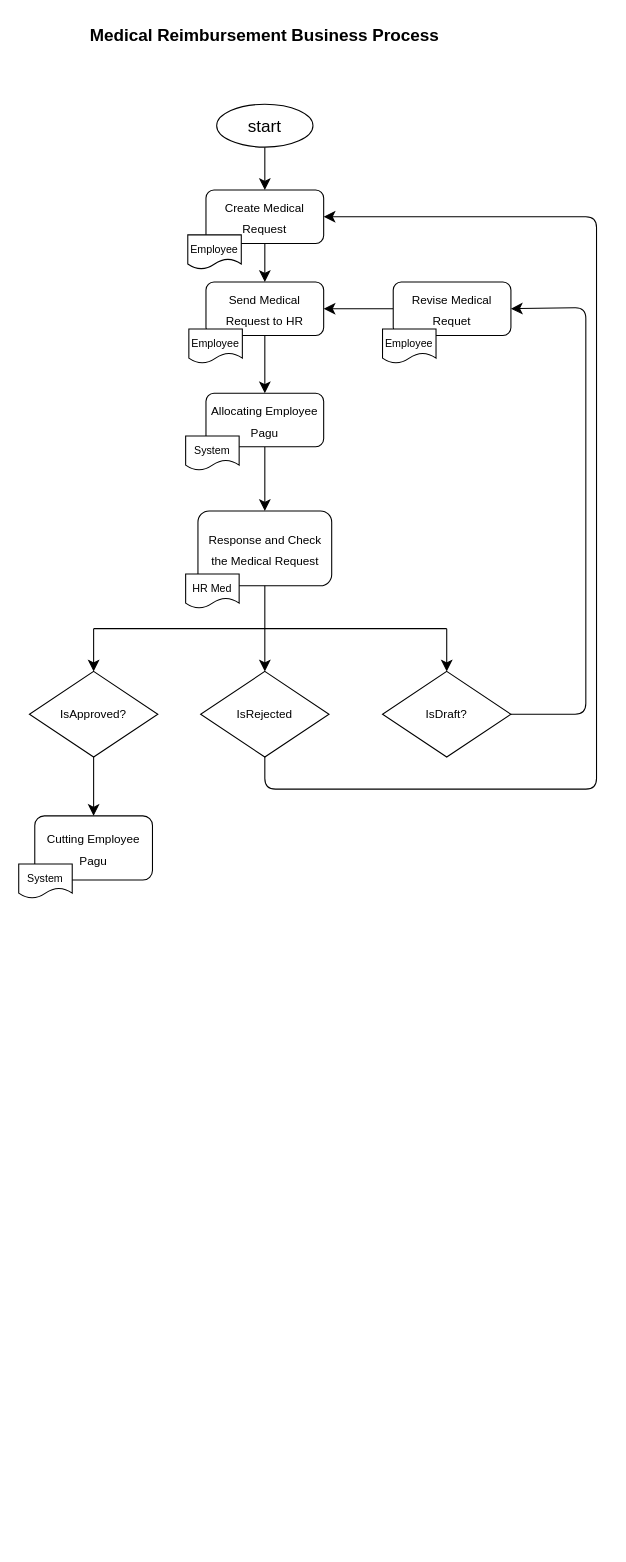
Before: Medical Reimbursement.drawio in jezreelkosasih/diagram, a draw.io diagram. Source tidied: cells renumbered, new cells numbered last; positions are measured from the earlier drawing's top-left corner, leaving out a move shared by most shapes. Both pictures are drawn from the tidied source at 107%, with x=0, y=0 at pixel (18, 18).
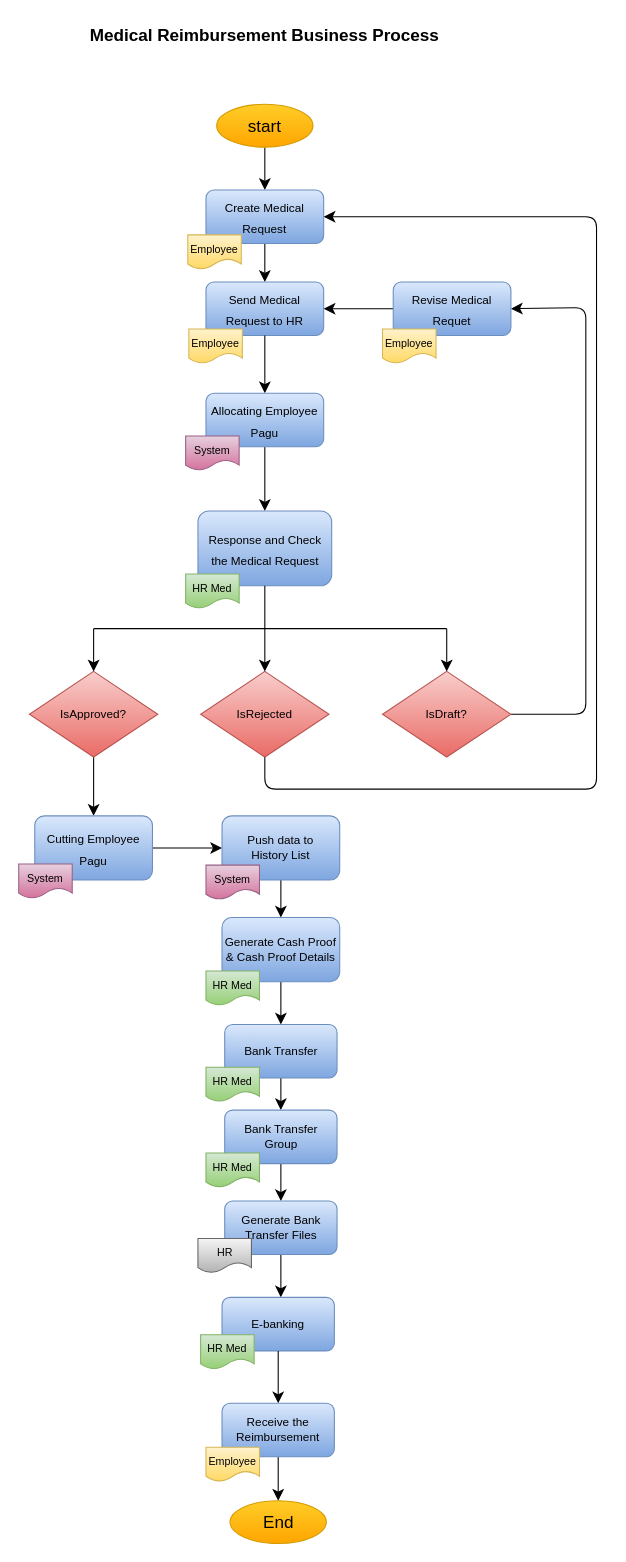
Above is the later version.

Diff of the diagram source:
```diff
@@
-    <mxCell id="3" value="start" style="ellipse;whiteSpace=wrap;html=1;fontSize=16;" parent="1" vertex="1">
+    <mxCell id="3" value="start" style="ellipse;whiteSpace=wrap;html=1;fontSize=16;fillColor=#ffcd28;gradientColor=#ffa500;strokeColor=#d79b00;" parent="1" vertex="1">
       <mxGeometry x="185" y="80" width="90" height="40" as="geometry" />
     </mxCell>
@@
-    <mxCell id="6" value="&lt;font style=&quot;font-size: 11px;&quot;&gt;Create Medical Request&lt;/font&gt;" style="rounded=1;whiteSpace=wrap;html=1;fontSize=16;" parent="1" vertex="1">
+    <mxCell id="6" value="&lt;font style=&quot;font-size: 11px;&quot;&gt;Create Medical Request&lt;/font&gt;" style="rounded=1;whiteSpace=wrap;html=1;fontSize=16;fillColor=#dae8fc;gradientColor=#7ea6e0;strokeColor=#6c8ebf;" parent="1" vertex="1">
       <mxGeometry x="175" y="160" width="110" height="50" as="geometry" />
     </mxCell>
-    <mxCell id="7" value="&lt;font size=&quot;1&quot;&gt;Employee&lt;/font&gt;" style="shape=document;whiteSpace=wrap;html=1;boundedLbl=1;fontSize=16;" parent="1" vertex="1">
+    <mxCell id="7" value="&lt;font size=&quot;1&quot;&gt;Employee&lt;/font&gt;" style="shape=document;whiteSpace=wrap;html=1;boundedLbl=1;fontSize=16;fillColor=#fff2cc;gradientColor=#ffd966;strokeColor=#d6b656;" parent="1" vertex="1">
       <mxGeometry x="158" y="202" width="50" height="32" as="geometry" />
     </mxCell>
@@
-    <mxCell id="9" value="&lt;font style=&quot;font-size: 11px;&quot;&gt;Send Medical Request to HR&lt;/font&gt;" style="rounded=1;whiteSpace=wrap;html=1;fontSize=16;" parent="1" vertex="1">
+    <mxCell id="9" value="&lt;font style=&quot;font-size: 11px;&quot;&gt;Send Medical Request to HR&lt;/font&gt;" style="rounded=1;whiteSpace=wrap;html=1;fontSize=16;fillColor=#dae8fc;gradientColor=#7ea6e0;strokeColor=#6c8ebf;" parent="1" vertex="1">
       <mxGeometry x="175" y="246" width="110" height="50" as="geometry" />
     </mxCell>
-    <mxCell id="10" value="&lt;font size=&quot;1&quot;&gt;Employee&lt;/font&gt;" style="shape=document;whiteSpace=wrap;html=1;boundedLbl=1;fontSize=16;" parent="1" vertex="1">
+    <mxCell id="10" value="&lt;font size=&quot;1&quot;&gt;Employee&lt;/font&gt;" style="shape=document;whiteSpace=wrap;html=1;boundedLbl=1;fontSize=16;fillColor=#fff2cc;gradientColor=#ffd966;strokeColor=#d6b656;" parent="1" vertex="1">
       <mxGeometry x="159" y="290" width="50" height="32" as="geometry" />
     </mxCell>
-    <mxCell id="11" value="&lt;span style=&quot;font-size: 11px;&quot;&gt;Response and Check the Medical Request&lt;/span&gt;" style="rounded=1;whiteSpace=wrap;html=1;fontSize=16;" parent="1" vertex="1">
+    <mxCell id="11" value="&lt;span style=&quot;font-size: 11px;&quot;&gt;Response and Check the Medical Request&lt;/span&gt;" style="rounded=1;whiteSpace=wrap;html=1;fontSize=16;fillColor=#dae8fc;gradientColor=#7ea6e0;strokeColor=#6c8ebf;" parent="1" vertex="1">
       <mxGeometry x="167.5" y="460" width="125" height="70" as="geometry" />
     </mxCell>
-    <mxCell id="12" value="&lt;font size=&quot;1&quot;&gt;HR Med&lt;/font&gt;" style="shape=document;whiteSpace=wrap;html=1;boundedLbl=1;fontSize=16;" parent="1" vertex="1">
+    <mxCell id="12" value="&lt;font size=&quot;1&quot;&gt;HR Med&lt;/font&gt;" style="shape=document;whiteSpace=wrap;html=1;boundedLbl=1;fontSize=16;fillColor=#d5e8d4;gradientColor=#97d077;strokeColor=#82b366;" parent="1" vertex="1">
       <mxGeometry x="156" y="519" width="50" height="32" as="geometry" />
     </mxCell>
@@
-    <mxCell id="14" value="IsApproved?" style="rhombus;whiteSpace=wrap;html=1;fontSize=11;" parent="1" vertex="1">
+    <mxCell id="14" value="IsApproved?" style="rhombus;whiteSpace=wrap;html=1;fontSize=11;fillColor=#f8cecc;gradientColor=#ea6b66;strokeColor=#b85450;" parent="1" vertex="1">
       <mxGeometry x="10" y="610" width="120" height="80" as="geometry" />
     </mxCell>
@@
-    <mxCell id="16" value="IsRejected" style="rhombus;whiteSpace=wrap;html=1;fontSize=11;" parent="1" vertex="1">
+    <mxCell id="16" value="IsRejected" style="rhombus;whiteSpace=wrap;html=1;fontSize=11;fillColor=#f8cecc;gradientColor=#ea6b66;strokeColor=#b85450;" parent="1" vertex="1">
       <mxGeometry x="170" y="610" width="120" height="80" as="geometry" />
     </mxCell>
@@
-    <mxCell id="18" value="IsDraft?" style="rhombus;whiteSpace=wrap;html=1;fontSize=11;" parent="1" vertex="1">
+    <mxCell id="18" value="IsDraft?" style="rhombus;whiteSpace=wrap;html=1;fontSize=11;fillColor=#f8cecc;gradientColor=#ea6b66;strokeColor=#b85450;" parent="1" vertex="1">
       <mxGeometry x="340" y="610" width="120" height="80" as="geometry" />
     </mxCell>
@@
-    <mxCell id="25" value="&lt;font style=&quot;font-size: 11px;&quot;&gt;Revise Medical Requet&lt;/font&gt;" style="rounded=1;whiteSpace=wrap;html=1;fontSize=16;" parent="1" vertex="1">
+    <mxCell id="25" value="&lt;font style=&quot;font-size: 11px;&quot;&gt;Revise Medical Requet&lt;/font&gt;" style="rounded=1;whiteSpace=wrap;html=1;fontSize=16;fillColor=#dae8fc;gradientColor=#7ea6e0;strokeColor=#6c8ebf;" parent="1" vertex="1">
       <mxGeometry x="350" y="246" width="110" height="50" as="geometry" />
     </mxCell>
-    <mxCell id="26" value="&lt;font size=&quot;1&quot;&gt;Employee&lt;/font&gt;" style="shape=document;whiteSpace=wrap;html=1;boundedLbl=1;fontSize=16;" parent="1" vertex="1">
+    <mxCell id="26" value="&lt;font size=&quot;1&quot;&gt;Employee&lt;/font&gt;" style="shape=document;whiteSpace=wrap;html=1;boundedLbl=1;fontSize=16;fillColor=#fff2cc;gradientColor=#ffd966;strokeColor=#d6b656;" parent="1" vertex="1">
       <mxGeometry x="340" y="290" width="50" height="32" as="geometry" />
     </mxCell>
+    <mxCell id="32" style="edgeStyle=none;curved=1;rounded=0;jettySize=auto;html=1;fontSize=12;startSize=8;endSize=8;exitX=1;exitY=0.5;exitDx=0;exitDy=0;entryX=0;entryY=0.5;entryDx=0;entryDy=0;" parent="1" edge="1" source="27" target="52">
+      <mxGeometry relative="1" as="geometry" />
+    </mxCell>
-    <mxCell id="27" value="&lt;span style=&quot;font-size: 11px;&quot;&gt;Cutting Employee Pagu&lt;/span&gt;" style="rounded=1;whiteSpace=wrap;html=1;fontSize=16;" parent="1" vertex="1">
+    <mxCell id="27" value="&lt;span style=&quot;font-size: 11px;&quot;&gt;Cutting Employee Pagu&lt;/span&gt;" style="rounded=1;whiteSpace=wrap;html=1;fontSize=16;fillColor=#dae8fc;gradientColor=#7ea6e0;strokeColor=#6c8ebf;" parent="1" vertex="1">
       <mxGeometry x="15" y="745" width="110" height="60" as="geometry" />
     </mxCell>
@@
-    <mxCell id="29" value="&lt;font style=&quot;font-size: 11px;&quot;&gt;Allocating Employee Pagu&lt;/font&gt;" style="rounded=1;whiteSpace=wrap;html=1;fontSize=16;" parent="1" vertex="1">
+    <mxCell id="29" value="&lt;font style=&quot;font-size: 11px;&quot;&gt;Allocating Employee Pagu&lt;/font&gt;" style="rounded=1;whiteSpace=wrap;html=1;fontSize=16;fillColor=#dae8fc;gradientColor=#7ea6e0;strokeColor=#6c8ebf;" parent="1" vertex="1">
       <mxGeometry x="175" y="350" width="110" height="50" as="geometry" />
     </mxCell>
-    <mxCell id="30" value="&lt;font size=&quot;1&quot;&gt;System&lt;/font&gt;" style="shape=document;whiteSpace=wrap;html=1;boundedLbl=1;fontSize=16;" parent="1" vertex="1">
+    <mxCell id="30" value="&lt;font size=&quot;1&quot;&gt;System&lt;/font&gt;" style="shape=document;whiteSpace=wrap;html=1;boundedLbl=1;fontSize=16;fillColor=#e6d0de;gradientColor=#d5739d;strokeColor=#996185;" parent="1" vertex="1">
       <mxGeometry x="156" y="390" width="50" height="32" as="geometry" />
     </mxCell>
-    <mxCell id="31" value="&lt;font size=&quot;1&quot;&gt;System&lt;/font&gt;" style="shape=document;whiteSpace=wrap;html=1;boundedLbl=1;fontSize=16;" parent="1" vertex="1">
+    <mxCell id="31" value="&lt;font size=&quot;1&quot;&gt;System&lt;/font&gt;" style="shape=document;whiteSpace=wrap;html=1;boundedLbl=1;fontSize=16;fillColor=#e6d0de;gradientColor=#d5739d;strokeColor=#996185;" parent="1" vertex="1">
       <mxGeometry y="790" width="50" height="32" as="geometry" />
     </mxCell>
+    <mxCell id="33" style="edgeStyle=none;curved=1;rounded=0;jettySize=auto;html=1;fontSize=12;startSize=8;endSize=8;" parent="1" edge="1" source="34" target="37">
+      <mxGeometry relative="1" as="geometry" />
+    </mxCell>
+    <mxCell id="34" value="&lt;font style=&quot;font-size: 11px;&quot;&gt;Generate Cash Proof &amp;amp; Cash Proof Details&lt;/font&gt;" style="rounded=1;whiteSpace=wrap;html=1;fontSize=10;fillColor=#dae8fc;gradientColor=#7ea6e0;strokeColor=#6c8ebf;" parent="1" vertex="1">
+      <mxGeometry x="190" y="840" width="110" height="60" as="geometry" />
+    </mxCell>
+    <mxCell id="35" value="&lt;font size=&quot;1&quot;&gt;HR Med&lt;/font&gt;" style="shape=document;whiteSpace=wrap;html=1;boundedLbl=1;fontSize=16;fillColor=#d5e8d4;gradientColor=#97d077;strokeColor=#82b366;" parent="1" vertex="1">
+      <mxGeometry x="175" y="890" width="50" height="32" as="geometry" />
+    </mxCell>
+    <mxCell id="36" style="edgeStyle=none;curved=1;rounded=0;jettySize=auto;html=1;entryX=0.5;entryY=0;entryDx=0;entryDy=0;fontSize=12;startSize=8;endSize=8;" parent="1" edge="1" source="37" target="40">
+      <mxGeometry relative="1" as="geometry" />
+    </mxCell>
+    <mxCell id="37" value="&lt;font style=&quot;font-size: 11px;&quot;&gt;Bank Transfer&lt;/font&gt;" style="rounded=1;whiteSpace=wrap;html=1;fontSize=10;fillColor=#dae8fc;gradientColor=#7ea6e0;strokeColor=#6c8ebf;" parent="1" vertex="1">
+      <mxGeometry x="192.5" y="940" width="105" height="50" as="geometry" />
+    </mxCell>
+    <mxCell id="38" value="&lt;font size=&quot;1&quot;&gt;HR Med&lt;/font&gt;" style="shape=document;whiteSpace=wrap;html=1;boundedLbl=1;fontSize=16;fillColor=#d5e8d4;gradientColor=#97d077;strokeColor=#82b366;" parent="1" vertex="1">
+      <mxGeometry x="175" y="980" width="50" height="32" as="geometry" />
+    </mxCell>
+    <mxCell id="39" style="edgeStyle=none;curved=1;rounded=0;jettySize=auto;html=1;fontSize=12;startSize=8;endSize=8;" parent="1" edge="1" source="40" target="43">
+      <mxGeometry relative="1" as="geometry" />
+    </mxCell>
+    <mxCell id="40" value="&lt;font style=&quot;font-size: 11px;&quot;&gt;Bank Transfer &lt;br&gt;Group&lt;/font&gt;" style="rounded=1;whiteSpace=wrap;html=1;fontSize=10;fillColor=#dae8fc;gradientColor=#7ea6e0;strokeColor=#6c8ebf;" parent="1" vertex="1">
+      <mxGeometry x="192.5" y="1020" width="105" height="50" as="geometry" />
+    </mxCell>
+    <mxCell id="41" value="&lt;font size=&quot;1&quot;&gt;HR Med&lt;/font&gt;" style="shape=document;whiteSpace=wrap;html=1;boundedLbl=1;fontSize=16;fillColor=#d5e8d4;gradientColor=#97d077;strokeColor=#82b366;" parent="1" vertex="1">
+      <mxGeometry x="175" y="1060" width="50" height="32" as="geometry" />
+    </mxCell>
+    <mxCell id="42" style="edgeStyle=none;curved=1;rounded=0;jettySize=auto;html=1;fontSize=12;startSize=8;endSize=8;" parent="1" edge="1" source="43">
+      <mxGeometry relative="1" as="geometry">
+        <mxPoint x="245" y="1195" as="targetPoint" />
+      </mxGeometry>
+    </mxCell>
+    <mxCell id="43" value="&lt;span style=&quot;font-size: 11px;&quot;&gt;Generate Bank Transfer Files&lt;/span&gt;" style="rounded=1;whiteSpace=wrap;html=1;fontSize=10;fillColor=#dae8fc;gradientColor=#7ea6e0;strokeColor=#6c8ebf;" parent="1" vertex="1">
+      <mxGeometry x="192.5" y="1105" width="105" height="50" as="geometry" />
+    </mxCell>
+    <mxCell id="44" style="edgeStyle=none;curved=1;rounded=0;jettySize=auto;html=1;fontSize=12;startSize=8;endSize=8;entryX=0.5;entryY=0;entryDx=0;entryDy=0;" parent="1" edge="1" source="49" target="47">
+      <mxGeometry relative="1" as="geometry" />
+    </mxCell>
+    <mxCell id="45" value="&lt;span style=&quot;font-size: 11px;&quot;&gt;E-banking&lt;/span&gt;" style="rounded=1;whiteSpace=wrap;html=1;fontSize=10;fillColor=#dae8fc;gradientColor=#7ea6e0;strokeColor=#6c8ebf;" parent="1" vertex="1">
+      <mxGeometry x="190" y="1195" width="105" height="50" as="geometry" />
+    </mxCell>
+    <mxCell id="46" value="&lt;font size=&quot;1&quot;&gt;HR&lt;/font&gt;" style="shape=document;whiteSpace=wrap;html=1;boundedLbl=1;fontSize=16;fillColor=#f5f5f5;gradientColor=#b3b3b3;strokeColor=#666666;" parent="1" vertex="1">
+      <mxGeometry x="167.5" y="1140" width="50" height="32" as="geometry" />
+    </mxCell>
+    <mxCell id="47" value="End" style="ellipse;whiteSpace=wrap;html=1;fontSize=16;fillColor=#ffcd28;gradientColor=#ffa500;strokeColor=#d79b00;" parent="1" vertex="1">
+      <mxGeometry x="197.5" y="1385" width="90" height="40" as="geometry" />
+    </mxCell>
+    <mxCell id="48" style="edgeStyle=none;curved=1;rounded=0;jettySize=auto;html=1;fontSize=12;startSize=8;endSize=8;entryX=0.5;entryY=0;entryDx=0;entryDy=0;" parent="1" edge="1" source="45" target="49">
+      <mxGeometry relative="1" as="geometry" />
+    </mxCell>
+    <mxCell id="49" value="&lt;span style=&quot;font-size: 11px;&quot;&gt;Receive the Reimbursement&lt;/span&gt;" style="rounded=1;whiteSpace=wrap;html=1;fontSize=10;fillColor=#dae8fc;gradientColor=#7ea6e0;strokeColor=#6c8ebf;" parent="1" vertex="1">
+      <mxGeometry x="190" y="1294" width="105" height="50" as="geometry" />
+    </mxCell>
+    <mxCell id="50" value="&lt;font size=&quot;1&quot;&gt;Employee&lt;/font&gt;" style="shape=document;whiteSpace=wrap;html=1;boundedLbl=1;fontSize=16;fillColor=#fff2cc;gradientColor=#ffd966;strokeColor=#d6b656;" parent="1" vertex="1">
+      <mxGeometry x="175" y="1335" width="50" height="32" as="geometry" />
+    </mxCell>
+    <mxCell id="51" style="edgeStyle=none;curved=1;rounded=0;jettySize=auto;html=1;entryX=0.5;entryY=0;entryDx=0;entryDy=0;fontSize=12;startSize=8;endSize=8;" parent="1" edge="1" source="52" target="34">
+      <mxGeometry relative="1" as="geometry" />
+    </mxCell>
+    <mxCell id="52" value="&lt;font style=&quot;font-size: 11px;&quot;&gt;Push data to &lt;br&gt;History List&lt;/font&gt;" style="rounded=1;whiteSpace=wrap;html=1;fontSize=10;fillColor=#dae8fc;gradientColor=#7ea6e0;strokeColor=#6c8ebf;" parent="1" vertex="1">
+      <mxGeometry x="190" y="745" width="110" height="60" as="geometry" />
+    </mxCell>
+    <mxCell id="53" value="&lt;font size=&quot;1&quot;&gt;System&lt;/font&gt;" style="shape=document;whiteSpace=wrap;html=1;boundedLbl=1;fontSize=16;fillColor=#e6d0de;gradientColor=#d5739d;strokeColor=#996185;" parent="1" vertex="1">
+      <mxGeometry x="175" y="791" width="50" height="32" as="geometry" />
+    </mxCell>
+    <mxCell id="54" value="&lt;font size=&quot;1&quot;&gt;HR Med&lt;/font&gt;" style="shape=document;whiteSpace=wrap;html=1;boundedLbl=1;fontSize=16;fillColor=#d5e8d4;gradientColor=#97d077;strokeColor=#82b366;" parent="1" vertex="1">
+      <mxGeometry x="170" y="1230" width="50" height="32" as="geometry" />
+    </mxCell>
```
